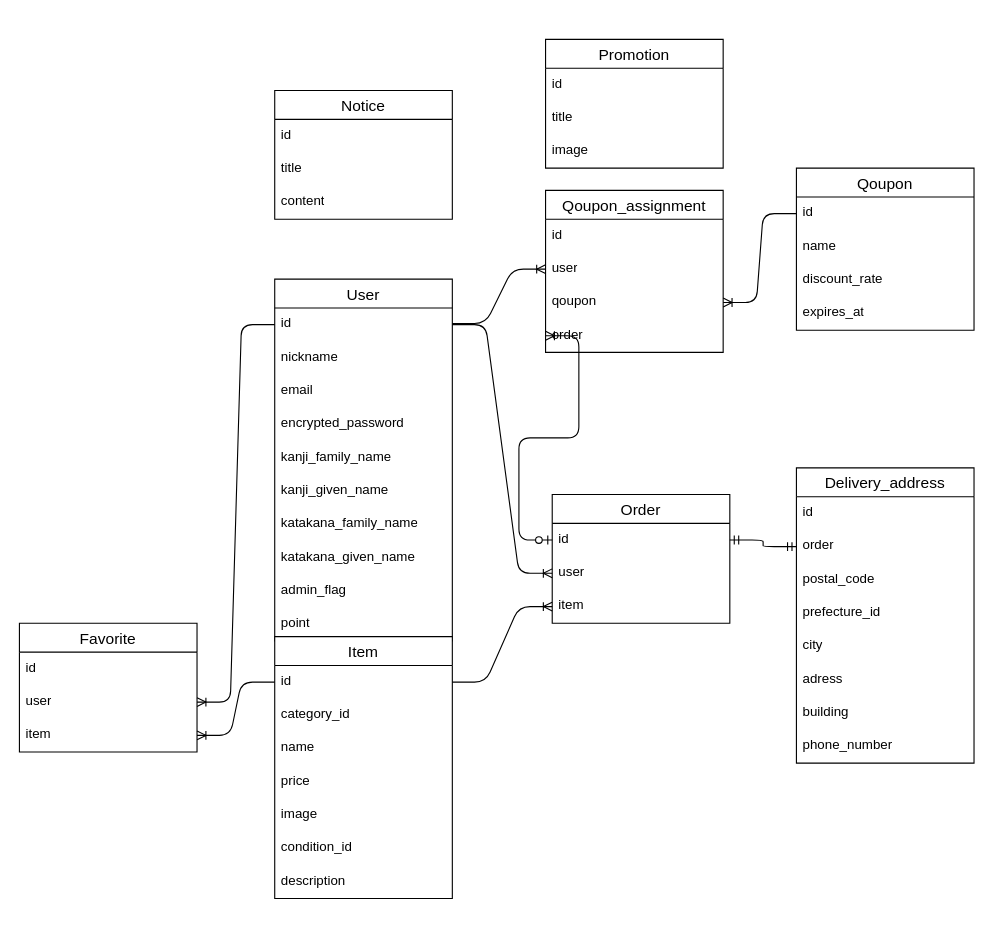
Before: db_new.dio in imai-lbz/demoec-laiblitz-a, a draw.io diagram. Source tidied: cells renumbered, new cells numbered last; positions are measured from the earlier drawing's top-left corner, leaving out a move shared by most shapes. Both pictures are drawn from the tidied source at 111%, with x=0, y=0 at pixel (19, 39).
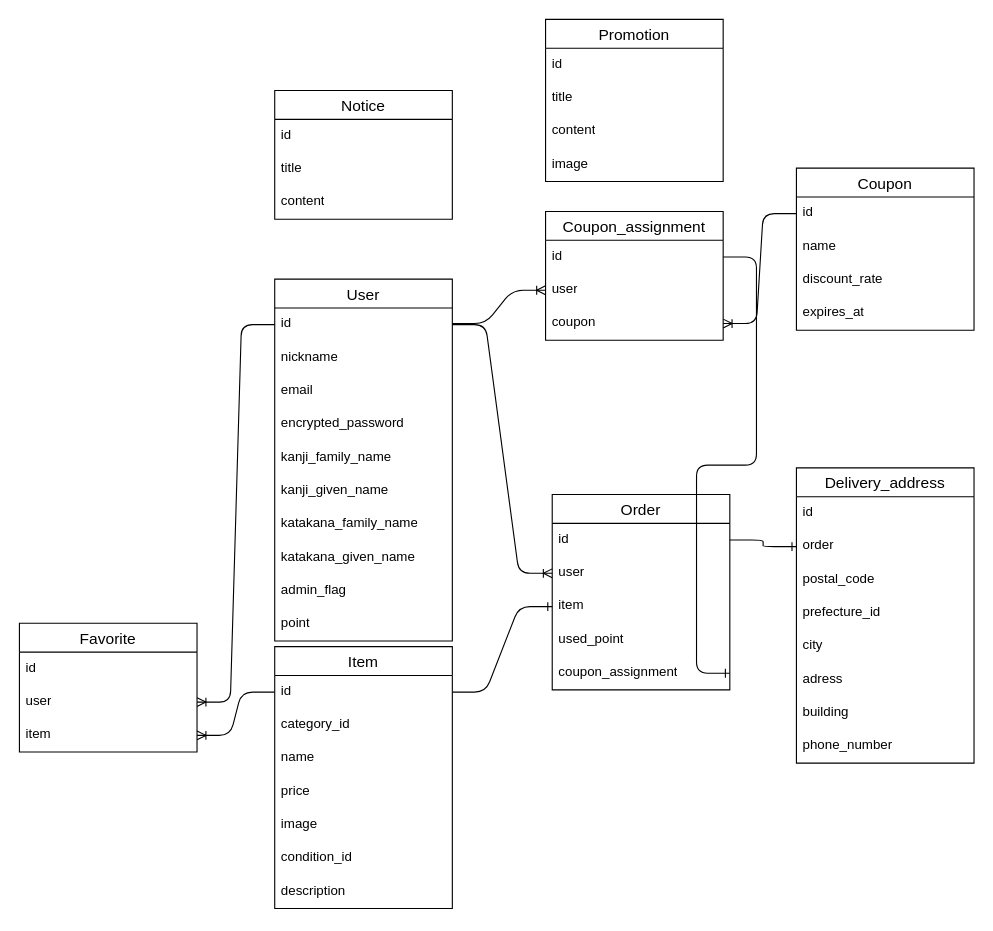
After the change.

Commit message (it also covers changes not shown here):
readmeとER図を修正した。

The change refers to these unchanged cells:
```xml
<mxCell id="14" value="id" style="text;strokeColor=none;fillColor=none;spacingLeft=4;spacingRight=4;overflow=hidden;points=[[0,0.5],[1,0.5]];portConstraint=eastwest;fontSize=12;whiteSpace=wrap;html=1;" parent="13" vertex="1">
  <mxGeometry y="26" width="160" height="30" as="geometry" />
</mxCell>
<mxCell id="22" value="id" style="text;strokeColor=none;fillColor=none;spacingLeft=4;spacingRight=4;overflow=hidden;points=[[0,0.5],[1,0.5]];portConstraint=eastwest;fontSize=12;whiteSpace=wrap;html=1;" parent="21" vertex="1">
  <mxGeometry y="26" width="160" height="30" as="geometry" />
</mxCell>
<mxCell id="24" value="item" style="text;strokeColor=none;fillColor=none;spacingLeft=4;spacingRight=4;overflow=hidden;points=[[0,0.5],[1,0.5]];portConstraint=eastwest;fontSize=12;whiteSpace=wrap;html=1;" parent="21" vertex="1">
  <mxGeometry y="86" width="160" height="30" as="geometry" />
</mxCell>
<mxCell id="29" value="order" style="text;strokeColor=none;fillColor=none;spacingLeft=4;spacingRight=4;overflow=hidden;points=[[0,0.5],[1,0.5]];portConstraint=eastwest;fontSize=12;whiteSpace=wrap;html=1;" parent="27" vertex="1">
  <mxGeometry y="56" width="160" height="30" as="geometry" />
</mxCell>
<mxCell id="49" value="id" style="text;strokeColor=none;fillColor=none;spacingLeft=4;spacingRight=4;overflow=hidden;points=[[0,0.5],[1,0.5]];portConstraint=eastwest;fontSize=12;whiteSpace=wrap;html=1;" parent="48" vertex="1">
  <mxGeometry y="26" width="160" height="30" as="geometry" />
</mxCell>
```

Change to the diagram source:
```diff
@@
     <mxCell id="13" value="Item" style="swimlane;fontStyle=0;horizontal=1;startSize=26;align=center;fontSize=14;" parent="1" vertex="1">
-      <mxGeometry x="230" y="538" width="160" height="236" as="geometry" />
+      <mxGeometry x="230" y="547" width="160" height="236" as="geometry" />
     </mxCell>
@@
     <mxCell id="21" value="Order" style="swimlane;fontStyle=0;horizontal=1;startSize=26;align=center;fontSize=14;" parent="1" vertex="1">
-      <mxGeometry x="480" y="410" width="160" height="116" as="geometry" />
+      <mxGeometry x="480" y="410" width="160" height="176" as="geometry" />
     </mxCell>
@@
+    <mxCell id="64" value="used_point" style="text;strokeColor=none;fillColor=none;spacingLeft=4;spacingRight=4;overflow=hidden;fontSize=12;whiteSpace=wrap;html=1;" parent="21" vertex="1">
+      <mxGeometry y="116" width="160" height="30" as="geometry" />
+    </mxCell>
+    <mxCell id="65" value="coupon_assignment" style="text;strokeColor=none;fillColor=none;spacingLeft=4;spacingRight=4;overflow=hidden;points=[[0,0.5],[1,0.5]];portConstraint=eastwest;fontSize=12;whiteSpace=wrap;html=1;" parent="21" vertex="1">
+      <mxGeometry y="146" width="160" height="30" as="geometry" />
+    </mxCell>
@@
-    <mxCell id="26" style="edgeStyle=entityRelationEdgeStyle;fontSize=12;html=1;endArrow=ERoneToMany;entryX=0;entryY=0.5;entryDx=0;entryDy=0;exitX=1;exitY=0.5;exitDx=0;exitDy=0;" parent="1" edge="1" source="14" target="24">
-      <mxGeometry relative="1" as="geometry">
-        <Array as="points">
-          <mxPoint x="510" y="494" />
-        </Array>
-      </mxGeometry>
-    </mxCell>
@@
-    <mxCell id="36" style="edgeStyle=entityRelationEdgeStyle;fontSize=12;html=1;endArrow=ERmandOne;startArrow=ERmandOne;entryX=0;entryY=0.5;entryDx=0;entryDy=0;exitX=1;exitY=0.5;exitDx=0;exitDy=0;" parent="1" edge="1" source="22" target="29">
-      <mxGeometry relative="1" as="geometry" />
-    </mxCell>
@@
-    <mxCell id="43" value="Qoupon" style="swimlane;fontStyle=0;horizontal=1;startSize=26;align=center;fontSize=14;" parent="1" vertex="1">
+    <mxCell id="43" value="Coupon" style="swimlane;fontStyle=0;horizontal=1;startSize=26;align=center;fontSize=14;" parent="1" vertex="1">
       <mxGeometry x="700" y="116" width="160" height="146" as="geometry" />
     </mxCell>
@@
-    <mxCell id="48" value="Qoupon_assignment" style="swimlane;fontStyle=0;horizontal=1;startSize=26;align=center;fontSize=14;" parent="1" vertex="1">
-      <mxGeometry x="474" y="136" width="160" height="146" as="geometry" />
+    <mxCell id="48" value="Coupon_assignment" style="swimlane;fontStyle=0;horizontal=1;startSize=26;align=center;fontSize=14;" parent="1" vertex="1">
+      <mxGeometry x="474" y="155" width="160" height="116" as="geometry" />
     </mxCell>
@@
-    <mxCell id="51" value="qoupon" style="text;strokeColor=none;fillColor=none;spacingLeft=4;spacingRight=4;overflow=hidden;points=[[0,0.5],[1,0.5]];portConstraint=eastwest;fontSize=12;whiteSpace=wrap;html=1;" parent="48" vertex="1">
+    <mxCell id="51" value="coupon" style="text;strokeColor=none;fillColor=none;spacingLeft=4;spacingRight=4;overflow=hidden;points=[[0,0.5],[1,0.5]];portConstraint=eastwest;fontSize=12;whiteSpace=wrap;html=1;" parent="48" vertex="1">
       <mxGeometry y="86" width="160" height="30" as="geometry" />
     </mxCell>
-    <mxCell id="52" value="order" style="text;strokeColor=none;fillColor=none;spacingLeft=4;spacingRight=4;overflow=hidden;points=[[0,0.5],[1,0.5]];portConstraint=eastwest;fontSize=12;whiteSpace=wrap;html=1;" parent="48" vertex="1">
-      <mxGeometry y="116" width="160" height="30" as="geometry" />
-    </mxCell>
@@
-    <mxCell id="55" style="edgeStyle=entityRelationEdgeStyle;fontSize=12;html=1;endArrow=ERoneToMany;startArrow=ERzeroToOne;entryX=0;entryY=0.5;entryDx=0;entryDy=0;exitX=0;exitY=0.5;exitDx=0;exitDy=0;" parent="1" edge="1" source="22" target="52">
-      <mxGeometry relative="1" as="geometry">
-        <Array as="points">
-          <mxPoint x="446" y="320" />
-        </Array>
-      </mxGeometry>
-    </mxCell>
@@
     <mxCell id="60" value="Promotion" style="swimlane;fontStyle=0;horizontal=1;startSize=26;align=center;fontSize=14;" parent="1" vertex="1">
-      <mxGeometry x="474" width="160" height="116" as="geometry" />
+      <mxGeometry x="474" y="-18" width="160" height="146" as="geometry" />
     </mxCell>
@@
+    <mxCell id="66" value="content" style="text;strokeColor=none;fillColor=none;spacingLeft=4;spacingRight=4;overflow=hidden;fontSize=12;whiteSpace=wrap;html=1;" parent="60" vertex="1">
+      <mxGeometry y="86" width="160" height="30" as="geometry" />
+    </mxCell>
     <mxCell id="63" value="image" style="text;strokeColor=none;fillColor=none;spacingLeft=4;spacingRight=4;overflow=hidden;fontSize=12;whiteSpace=wrap;html=1;" parent="60" vertex="1">
-      <mxGeometry y="86" width="160" height="30" as="geometry" />
+      <mxGeometry y="116" width="160" height="30" as="geometry" />
     </mxCell>
+    <mxCell id="26" style="edgeStyle=entityRelationEdgeStyle;fontSize=12;html=1;endArrow=ERone;endFill=1;exitX=1;exitY=0.5;exitDx=0;exitDy=0;entryX=0;entryY=0.5;entryDx=0;entryDy=0;" parent="1" edge="1" source="14" target="24">
+      <mxGeometry relative="1" as="geometry" />
+    </mxCell>
+    <mxCell id="36" style="edgeStyle=entityRelationEdgeStyle;fontSize=12;html=1;endArrow=ERone;endFill=1;entryX=0;entryY=0.5;entryDx=0;entryDy=0;exitX=1;exitY=0.5;exitDx=0;exitDy=0;" parent="1" edge="1" source="22" target="29">
+      <mxGeometry relative="1" as="geometry" />
+    </mxCell>
+    <mxCell id="67" style="edgeStyle=entityRelationEdgeStyle;fontSize=12;html=1;endArrow=ERone;endFill=1;exitX=1;exitY=0.5;exitDx=0;exitDy=0;entryX=1;entryY=0.5;entryDx=0;entryDy=0;" parent="1" edge="1" source="49" target="65">
+      <mxGeometry relative="1" as="geometry" />
+    </mxCell>
```
